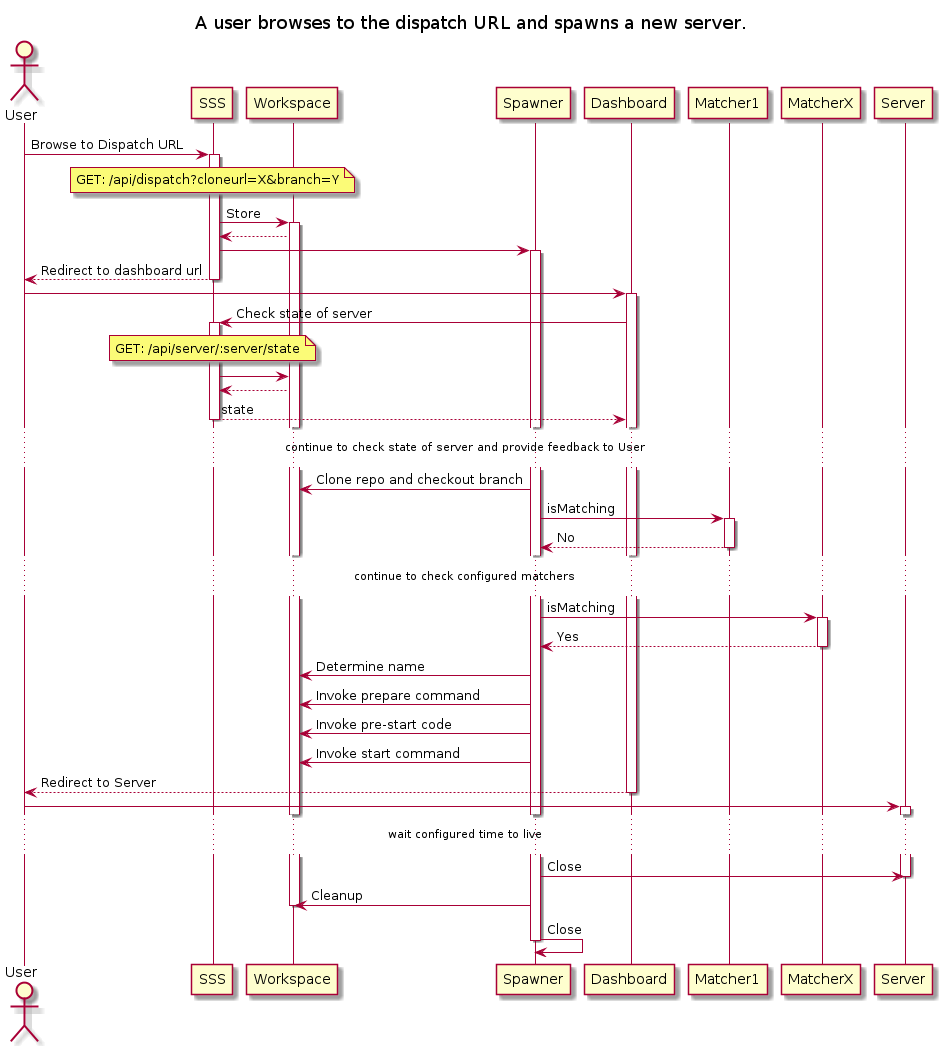
Before: flow.png, a diagram exported from PlantUML (tomasbjerre/serverless-server-spawner).
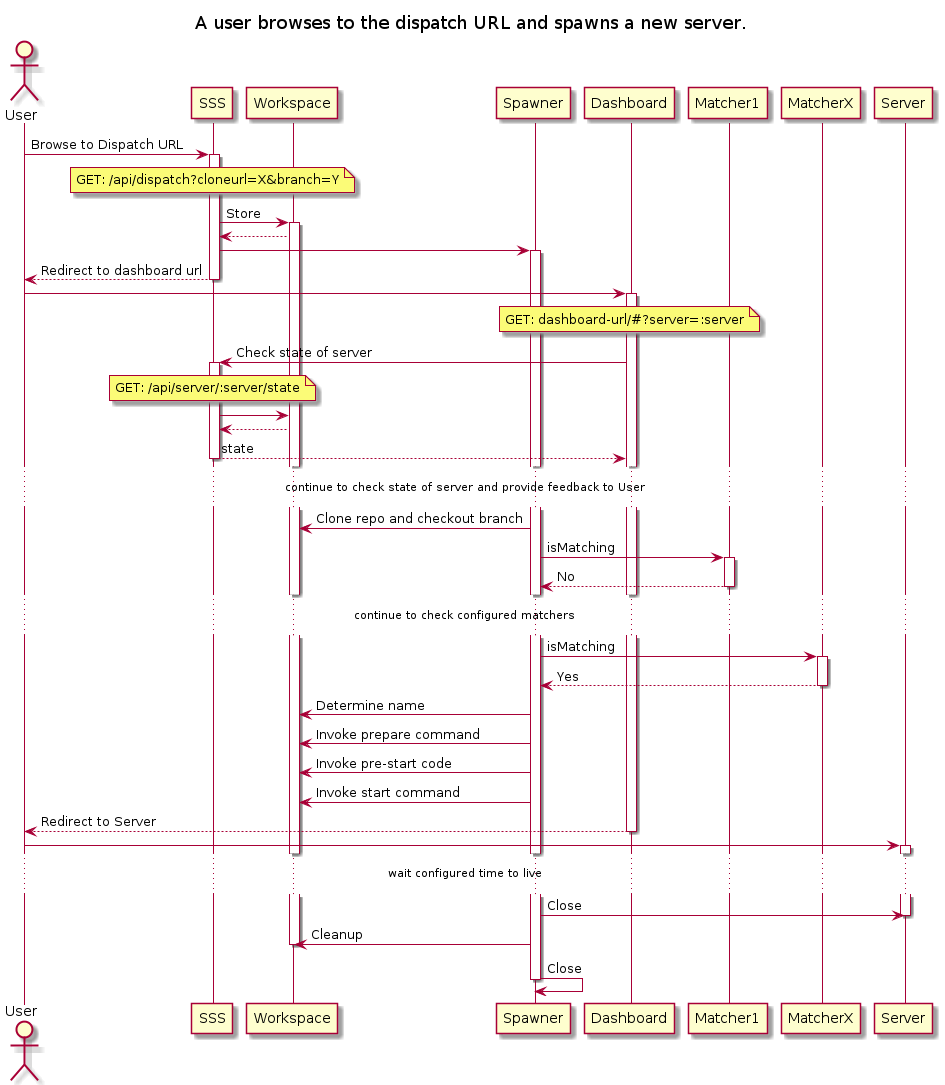
Later version of the same file.

Diff of the diagram source:
```diff
@@ -15,6 +15,7 @@
 deactivate SSS
 
 User -> Dashboard
+note over Dashboard: GET: dashboard-url/#?server=:server
 activate Dashboard
 Dashboard -> SSS: Check state of server
 note over SSS: GET: /api/server/:server/state
```
